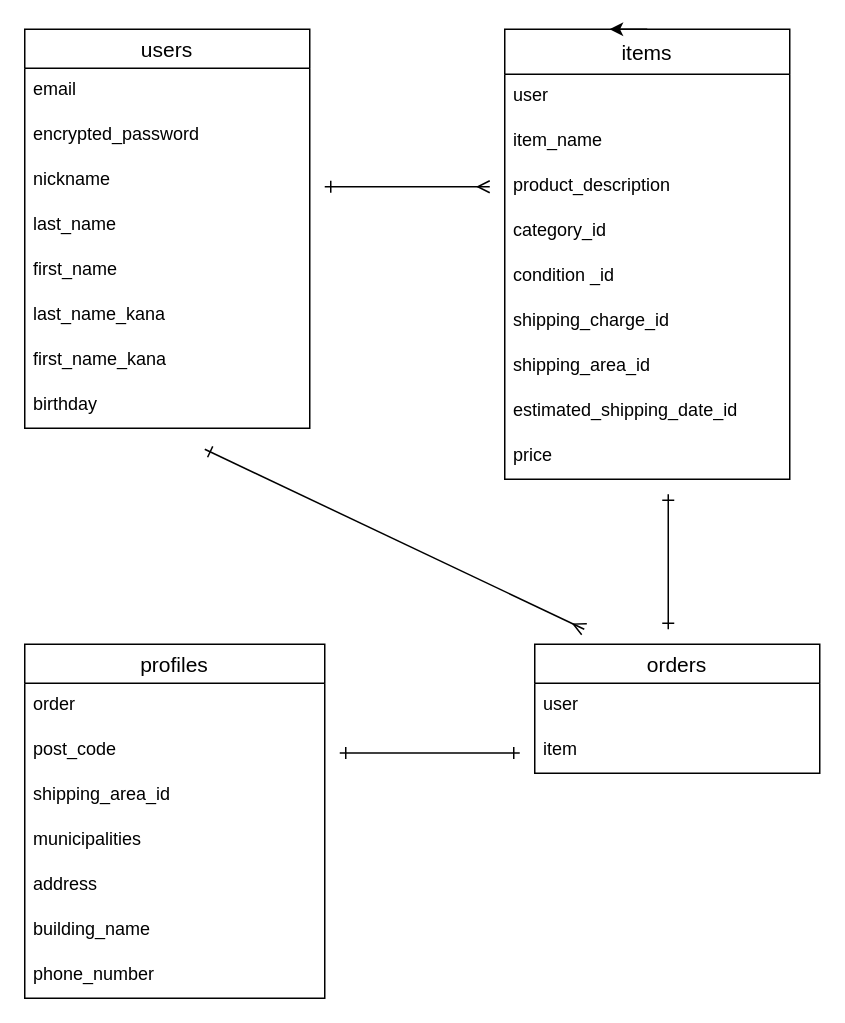
Before: test.drawio in hama-hiroki/furima-38320, a draw.io diagram. Source tidied: cells renumbered, new cells numbered last; positions are measured from the earlier drawing's top-left corner, leaving out a move shared by most shapes. Both pictures are drawn from the tidied source at 150%, with x=0, y=0 at pixel (24, 28).
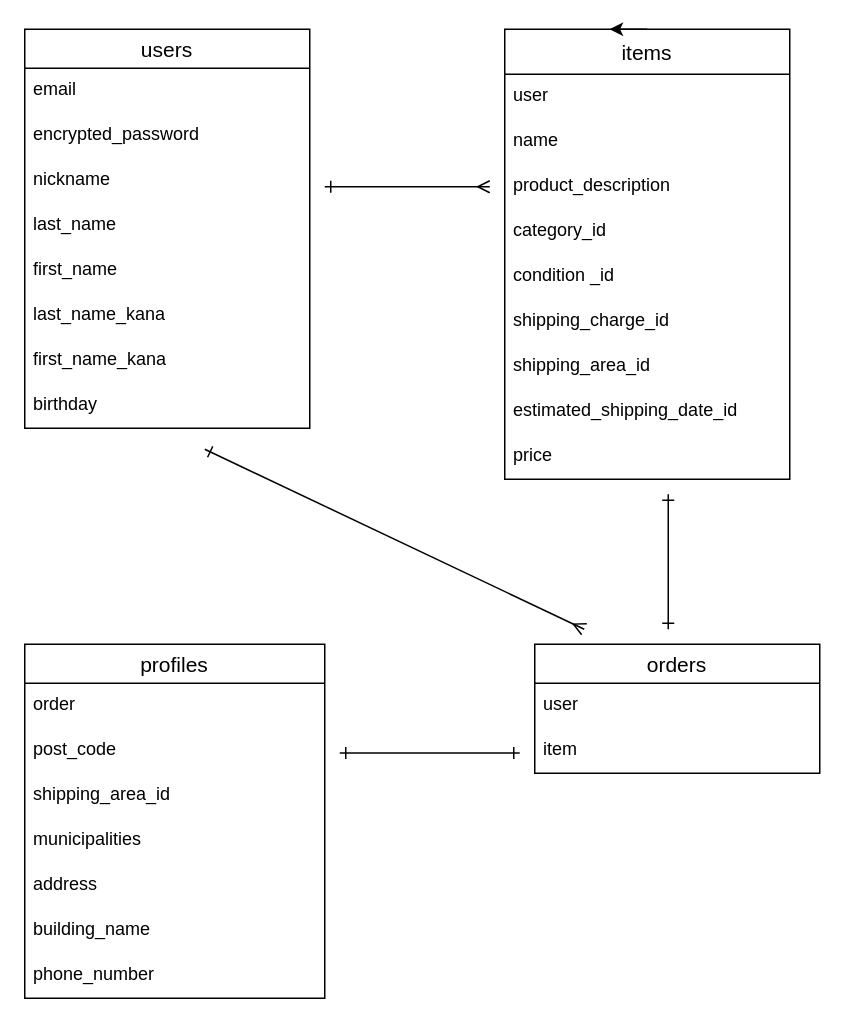
After the change.

Unchanged cells that the change refers to:
```xml
<mxCell id="12" value="items" style="swimlane;fontStyle=0;horizontal=1;startSize=30;align=center;fontSize=14;" parent="1" vertex="1">
  <mxGeometry x="320" width="190" height="300" as="geometry" />
</mxCell>
```

The edit, as a diff of the source:
```diff
@@
-    <mxCell id="14" value="item_name" style="text;strokeColor=none;fillColor=none;spacingLeft=4;spacingRight=4;overflow=hidden;fontSize=12;" parent="12" vertex="1">
+    <mxCell id="14" value="name" style="text;strokeColor=none;fillColor=none;spacingLeft=4;spacingRight=4;overflow=hidden;fontSize=12;" parent="12" vertex="1">
       <mxGeometry y="60" width="190" height="30" as="geometry" />
     </mxCell>
```
